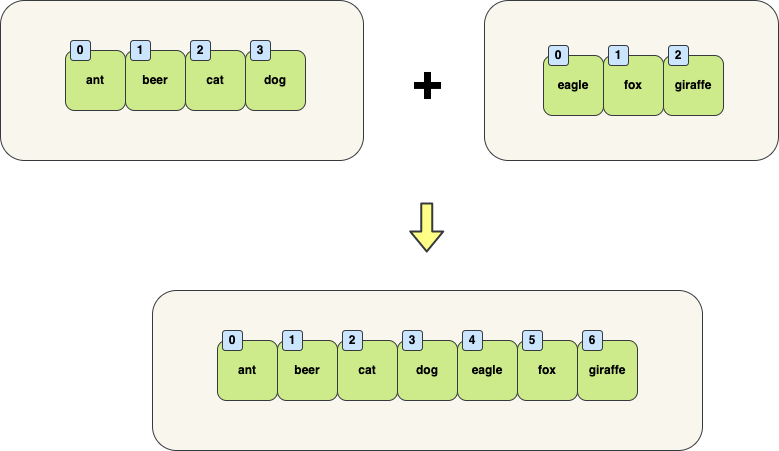
The draw.io diagram lang/list/concat.drawio.png in moonscoding/moonscode.draw.io, before a commit. Source tidied: cells renumbered, new cells last; positions are measured from the earlier drawing's top-left corner, leaving out a move shared by most shapes.
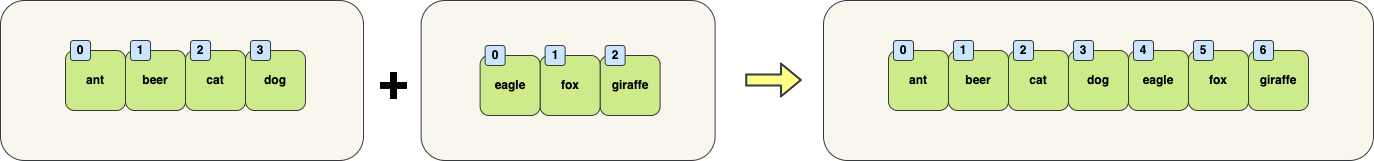
The same diagram one commit later.

Diff of the diagram source:
```diff
@@ -29,80 +29,80 @@
     <mxCell id="10" value="0" style="rounded=1;whiteSpace=wrap;html=1;fillColor=#cce5ff;strokeColor=#36393d;fontStyle=1;fontColor=#000000;" parent="1" vertex="1">
       <mxGeometry x="70" y="40" width="20" height="20" as="geometry" />
     </mxCell>
-    <mxCell id="11" value="&lt;br&gt;" style="rounded=1;whiteSpace=wrap;html=1;fillColor=#f9f7ed;strokeColor=#36393d;fontStyle=1;" parent="1" vertex="1">
-      <mxGeometry x="484" width="294" height="160" as="geometry" />
-    </mxCell>
-    <mxCell id="12" value="giraffe" style="rounded=1;whiteSpace=wrap;html=1;fillColor=#cdeb8b;strokeColor=#36393d;fontStyle=1;fontColor=#000000;" parent="1" vertex="1">
-      <mxGeometry x="663" y="55" width="60" height="60" as="geometry" />
-    </mxCell>
-    <mxCell id="13" value="fox" style="rounded=1;whiteSpace=wrap;html=1;fillColor=#cdeb8b;strokeColor=#36393d;fontStyle=1;fontColor=#000000;" parent="1" vertex="1">
-      <mxGeometry x="603" y="55" width="60" height="60" as="geometry" />
-    </mxCell>
-    <mxCell id="14" value="eagle" style="rounded=1;whiteSpace=wrap;html=1;fillColor=#cdeb8b;strokeColor=#36393d;fontStyle=1;fontColor=#000000;" parent="1" vertex="1">
-      <mxGeometry x="543" y="55" width="60" height="60" as="geometry" />
-    </mxCell>
-    <mxCell id="15" value="0" style="rounded=1;whiteSpace=wrap;html=1;fillColor=#cce5ff;strokeColor=#36393d;fontStyle=1;fontColor=#000000;" parent="1" vertex="1">
-      <mxGeometry x="548" y="45" width="20" height="20" as="geometry" />
-    </mxCell>
-    <mxCell id="16" value="1" style="rounded=1;whiteSpace=wrap;html=1;fillColor=#cce5ff;strokeColor=#36393d;fontStyle=1;fontColor=#000000;" parent="1" vertex="1">
-      <mxGeometry x="608" y="45" width="20" height="20" as="geometry" />
-    </mxCell>
-    <mxCell id="17" value="2" style="rounded=1;whiteSpace=wrap;html=1;fillColor=#cce5ff;strokeColor=#36393d;fontStyle=1;fontColor=#000000;" parent="1" vertex="1">
-      <mxGeometry x="668" y="45" width="20" height="20" as="geometry" />
-    </mxCell>
+    <mxCell id="35" value="&lt;br&gt;" style="rounded=1;whiteSpace=wrap;html=1;fillColor=#f9f7ed;strokeColor=#36393d;fontStyle=1;" parent="1" vertex="1">
+      <mxGeometry x="420.6" width="294" height="160" as="geometry" />
+    </mxCell>
+    <mxCell id="36" value="giraffe" style="rounded=1;whiteSpace=wrap;html=1;fillColor=#cdeb8b;strokeColor=#36393d;fontStyle=1;fontColor=#000000;" parent="1" vertex="1">
+      <mxGeometry x="599.6" y="55" width="60" height="60" as="geometry" />
+    </mxCell>
+    <mxCell id="37" value="fox" style="rounded=1;whiteSpace=wrap;html=1;fillColor=#cdeb8b;strokeColor=#36393d;fontStyle=1;fontColor=#000000;" parent="1" vertex="1">
+      <mxGeometry x="539.6" y="55" width="60" height="60" as="geometry" />
+    </mxCell>
+    <mxCell id="38" value="eagle" style="rounded=1;whiteSpace=wrap;html=1;fillColor=#cdeb8b;strokeColor=#36393d;fontStyle=1;fontColor=#000000;" parent="1" vertex="1">
+      <mxGeometry x="479.6" y="55" width="60" height="60" as="geometry" />
+    </mxCell>
+    <mxCell id="39" value="0" style="rounded=1;whiteSpace=wrap;html=1;fillColor=#cce5ff;strokeColor=#36393d;fontStyle=1;fontColor=#000000;" parent="1" vertex="1">
+      <mxGeometry x="484.6" y="45" width="20" height="20" as="geometry" />
+    </mxCell>
+    <mxCell id="40" value="1" style="rounded=1;whiteSpace=wrap;html=1;fillColor=#cce5ff;strokeColor=#36393d;fontStyle=1;fontColor=#000000;" parent="1" vertex="1">
+      <mxGeometry x="544.6" y="45" width="20" height="20" as="geometry" />
+    </mxCell>
+    <mxCell id="41" value="2" style="rounded=1;whiteSpace=wrap;html=1;fillColor=#cce5ff;strokeColor=#36393d;fontStyle=1;fontColor=#000000;" parent="1" vertex="1">
+      <mxGeometry x="604.6" y="45" width="20" height="20" as="geometry" />
+    </mxCell>
     <mxCell id="18" value="&lt;font style=&quot;font-size: 50px;&quot;&gt;+&lt;/font&gt;" style="text;html=1;strokeColor=none;fillColor=none;align=center;verticalAlign=middle;whiteSpace=wrap;rounded=0;strokeWidth=5;fontColor=#000000;fontStyle=1;fontSize=20;" parent="1" vertex="1">
-      <mxGeometry x="397" y="65" width="60" height="30" as="geometry" />
+      <mxGeometry x="363" y="65" width="60" height="30" as="geometry" />
     </mxCell>
-    <mxCell id="19" style="shape=flexArrow;endArrow=classic;html=1;fontSize=20;fontColor=#000000;strokeColor=#36393d;strokeWidth=2;fillColor=#ffff88;" parent="1" edge="1">
-      <mxGeometry relative="1" as="geometry">
-        <mxPoint x="426.2" y="202" as="sourcePoint" />
-        <mxPoint x="426.2" y="252" as="targetPoint" />
-      </mxGeometry>
-    </mxCell>
-    <mxCell id="20" value="&lt;br&gt;" style="rounded=1;whiteSpace=wrap;html=1;fillColor=#f9f7ed;strokeColor=#36393d;fontStyle=1;" parent="1" vertex="1">
-      <mxGeometry x="152" y="290" width="550" height="160" as="geometry" />
-    </mxCell>
-    <mxCell id="21" value="giraffe" style="rounded=1;whiteSpace=wrap;html=1;fillColor=#cdeb8b;strokeColor=#36393d;fontStyle=1;fontColor=#000000;" parent="1" vertex="1">
-      <mxGeometry x="577" y="340" width="60" height="60" as="geometry" />
-    </mxCell>
-    <mxCell id="22" value="fox" style="rounded=1;whiteSpace=wrap;html=1;fillColor=#cdeb8b;strokeColor=#36393d;fontStyle=1;fontColor=#000000;" parent="1" vertex="1">
-      <mxGeometry x="517" y="340" width="60" height="60" as="geometry" />
-    </mxCell>
-    <mxCell id="23" value="eagle" style="rounded=1;whiteSpace=wrap;html=1;fillColor=#cdeb8b;strokeColor=#36393d;fontStyle=1;fontColor=#000000;" parent="1" vertex="1">
-      <mxGeometry x="457" y="340" width="60" height="60" as="geometry" />
-    </mxCell>
+    <mxCell id="42" style="shape=flexArrow;endArrow=classic;html=1;fontSize=20;fontColor=#000000;strokeColor=#36393d;strokeWidth=2;fillColor=#ffff88;" parent="1" edge="1">
+      <mxGeometry relative="1" as="geometry">
+        <mxPoint x="744.6" y="79.5" as="sourcePoint" />
+        <mxPoint x="801.4" y="79.5" as="targetPoint" />
+      </mxGeometry>
+    </mxCell>
+    <mxCell id="43" value="&lt;br&gt;" style="rounded=1;whiteSpace=wrap;html=1;fillColor=#f9f7ed;strokeColor=#36393d;fontStyle=1;" parent="1" vertex="1">
+      <mxGeometry x="823" width="550" height="160" as="geometry" />
+    </mxCell>
+    <mxCell id="44" value="giraffe" style="rounded=1;whiteSpace=wrap;html=1;fillColor=#cdeb8b;strokeColor=#36393d;fontStyle=1;fontColor=#000000;" parent="1" vertex="1">
+      <mxGeometry x="1248" y="50" width="60" height="60" as="geometry" />
+    </mxCell>
+    <mxCell id="45" value="fox" style="rounded=1;whiteSpace=wrap;html=1;fillColor=#cdeb8b;strokeColor=#36393d;fontStyle=1;fontColor=#000000;" parent="1" vertex="1">
+      <mxGeometry x="1188" y="50" width="60" height="60" as="geometry" />
+    </mxCell>
+    <mxCell id="46" value="eagle" style="rounded=1;whiteSpace=wrap;html=1;fillColor=#cdeb8b;strokeColor=#36393d;fontStyle=1;fontColor=#000000;" parent="1" vertex="1">
+      <mxGeometry x="1128" y="50" width="60" height="60" as="geometry" />
+    </mxCell>
     <mxCell id="24" value="dog" style="rounded=1;whiteSpace=wrap;html=1;fillColor=#cdeb8b;strokeColor=#36393d;fontStyle=1;fontColor=#000000;" parent="1" vertex="1">
-      <mxGeometry x="397" y="340" width="60" height="60" as="geometry" />
+      <mxGeometry x="1068" y="50" width="60" height="60" as="geometry" />
     </mxCell>
     <mxCell id="25" value="cat" style="rounded=1;whiteSpace=wrap;html=1;fillColor=#cdeb8b;strokeColor=#36393d;fontStyle=1;fontColor=#000000;" parent="1" vertex="1">
-      <mxGeometry x="337" y="340" width="60" height="60" as="geometry" />
+      <mxGeometry x="1008" y="50" width="60" height="60" as="geometry" />
     </mxCell>
     <mxCell id="26" value="beer" style="rounded=1;whiteSpace=wrap;html=1;fillColor=#cdeb8b;strokeColor=#36393d;fontStyle=1;fontColor=#000000;" parent="1" vertex="1">
-      <mxGeometry x="277" y="340" width="60" height="60" as="geometry" />
+      <mxGeometry x="948" y="50" width="60" height="60" as="geometry" />
     </mxCell>
-    <mxCell id="27" value="1" style="rounded=1;whiteSpace=wrap;html=1;fillColor=#cce5ff;strokeColor=#36393d;fontStyle=1;fontColor=#000000;" parent="1" vertex="1">
-      <mxGeometry x="282" y="330" width="20" height="20" as="geometry" />
-    </mxCell>
-    <mxCell id="28" value="2" style="rounded=1;whiteSpace=wrap;html=1;fillColor=#cce5ff;strokeColor=#36393d;fontStyle=1;fontColor=#000000;" parent="1" vertex="1">
-      <mxGeometry x="342" y="330" width="20" height="20" as="geometry" />
-    </mxCell>
+    <mxCell id="47" value="1" style="rounded=1;whiteSpace=wrap;html=1;fillColor=#cce5ff;strokeColor=#36393d;fontStyle=1;fontColor=#000000;" parent="1" vertex="1">
+      <mxGeometry x="953" y="40" width="20" height="20" as="geometry" />
+    </mxCell>
+    <mxCell id="48" value="2" style="rounded=1;whiteSpace=wrap;html=1;fillColor=#cce5ff;strokeColor=#36393d;fontStyle=1;fontColor=#000000;" parent="1" vertex="1">
+      <mxGeometry x="1013" y="40" width="20" height="20" as="geometry" />
+    </mxCell>
     <mxCell id="29" value="3" style="rounded=1;whiteSpace=wrap;html=1;fillColor=#cce5ff;strokeColor=#36393d;fontStyle=1;fontColor=#000000;" parent="1" vertex="1">
-      <mxGeometry x="402" y="330" width="20" height="20" as="geometry" />
+      <mxGeometry x="1073" y="40" width="20" height="20" as="geometry" />
     </mxCell>
     <mxCell id="30" value="4" style="rounded=1;whiteSpace=wrap;html=1;fillColor=#cce5ff;strokeColor=#36393d;fontStyle=1;fontColor=#000000;" parent="1" vertex="1">
-      <mxGeometry x="462" y="330" width="20" height="20" as="geometry" />
+      <mxGeometry x="1133" y="40" width="20" height="20" as="geometry" />
     </mxCell>
     <mxCell id="31" value="5" style="rounded=1;whiteSpace=wrap;html=1;fillColor=#cce5ff;strokeColor=#36393d;fontStyle=1;fontColor=#000000;" parent="1" vertex="1">
-      <mxGeometry x="522" y="330" width="20" height="20" as="geometry" />
+      <mxGeometry x="1193" y="40" width="20" height="20" as="geometry" />
     </mxCell>
     <mxCell id="32" value="6" style="rounded=1;whiteSpace=wrap;html=1;fillColor=#cce5ff;strokeColor=#36393d;fontStyle=1;fontColor=#000000;" parent="1" vertex="1">
-      <mxGeometry x="582" y="330" width="20" height="20" as="geometry" />
+      <mxGeometry x="1253" y="40" width="20" height="20" as="geometry" />
     </mxCell>
     <mxCell id="33" value="ant" style="rounded=1;whiteSpace=wrap;html=1;fillColor=#cdeb8b;strokeColor=#36393d;fontStyle=1;fontColor=#000000;" parent="1" vertex="1">
-      <mxGeometry x="217" y="340" width="60" height="60" as="geometry" />
+      <mxGeometry x="888" y="50" width="60" height="60" as="geometry" />
     </mxCell>
-    <mxCell id="34" value="0" style="rounded=1;whiteSpace=wrap;html=1;fillColor=#cce5ff;strokeColor=#36393d;fontStyle=1;fontColor=#000000;" parent="1" vertex="1">
-      <mxGeometry x="222" y="330" width="20" height="20" as="geometry" />
-    </mxCell>
+    <mxCell id="49" value="0" style="rounded=1;whiteSpace=wrap;html=1;fillColor=#cce5ff;strokeColor=#36393d;fontStyle=1;fontColor=#000000;" parent="1" vertex="1">
+      <mxGeometry x="893" y="40" width="20" height="20" as="geometry" />
+    </mxCell>
   </root>
 </mxGraphModel>
```
